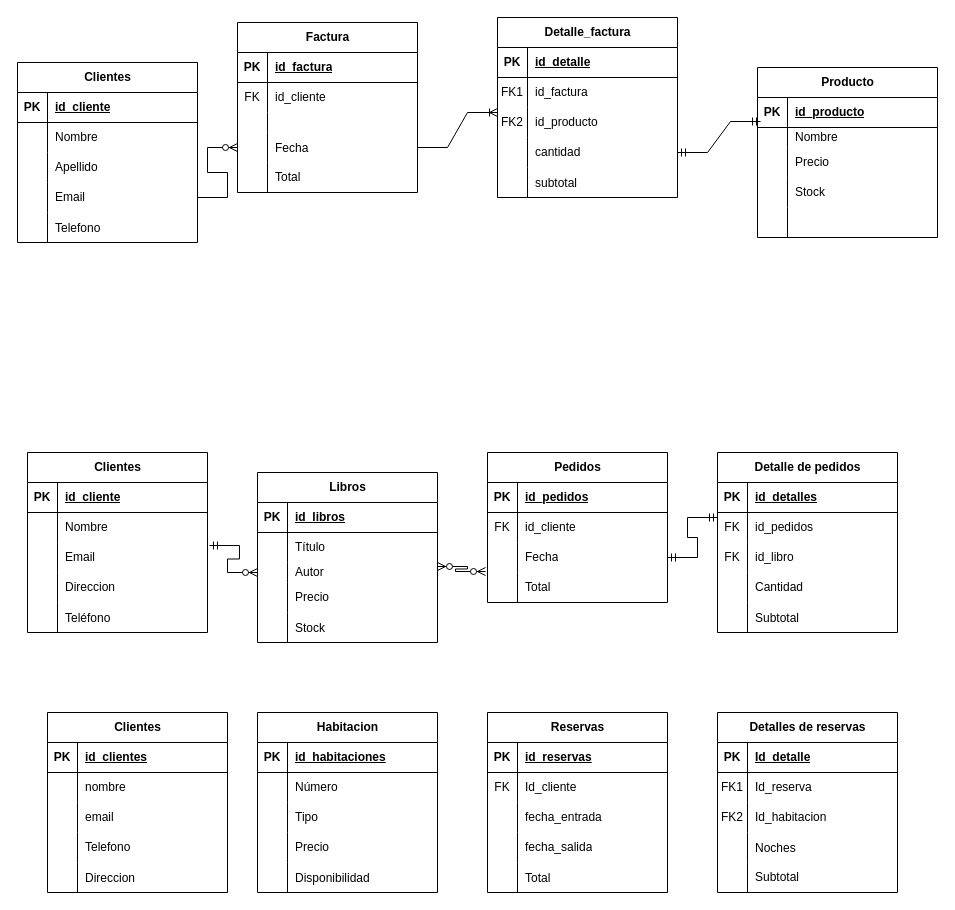
Above: Diagrama sin título.drawio in paulacersofios/ARQUITECTURA (draw.io), before the change. Source tidied: cells renumbered, new cells numbered last; positions are measured from the earlier drawing's top-left corner, leaving out a move shared by most shapes. Both pictures are drawn from the tidied source at 100%, with x=0, y=0 at pixel (17, 17).
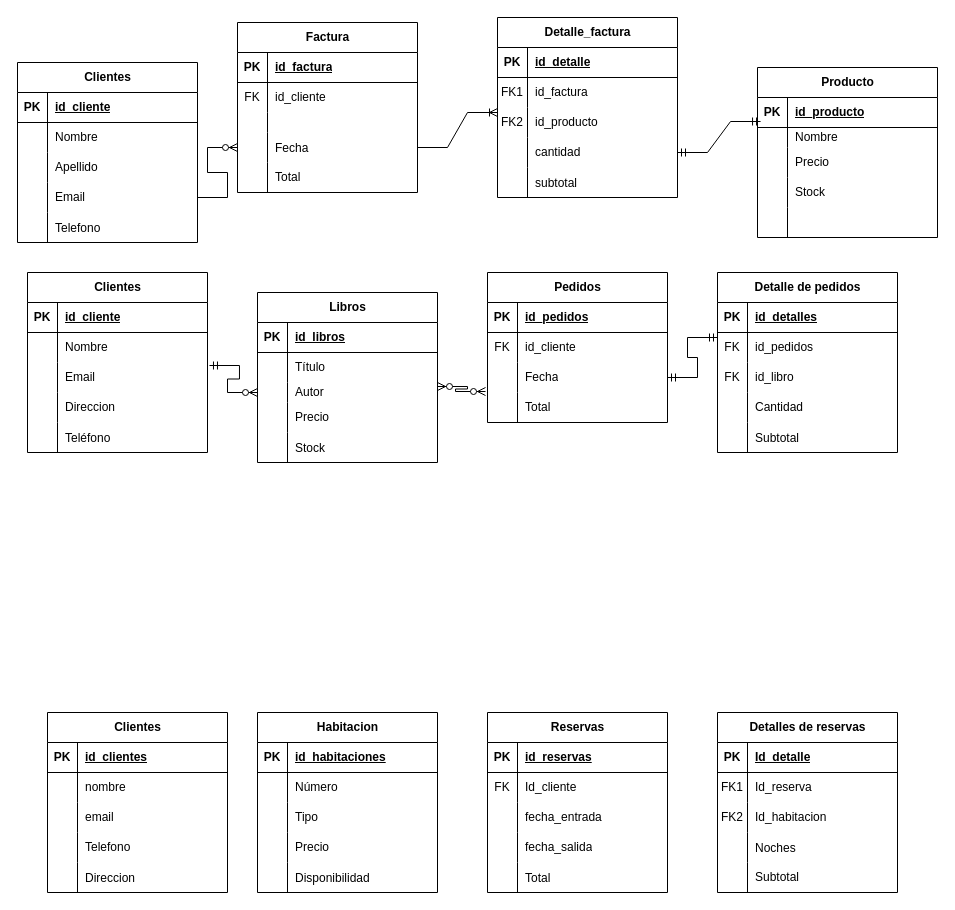
The same diagram, later.

The change refers to these unchanged cells:
```xml
<mxCell id="89" style="shape=tableRow;horizontal=0;startSize=0;swimlaneHead=0;swimlaneBody=0;fillColor=none;points=[[0,0.5],[1,0.5]];portConstraint=eastwest;top=0;left=0;right=0;bottom=0;" parent="82" vertex="1">
  <mxGeometry y="90" width="180" height="30" as="geometry" />
</mxCell>
```

Diff of the diagram source:
```diff
@@
-<mxGraphModel background="light-dark(#ffffff, #774ba3)">
+<mxGraphModel>
@@
     <mxCell id="66" value="Detalle de pedidos" style="shape=table;startSize=30;childLayout=tableLayout;rowLines=0;fontStyle=1;align=center;html=1;" parent="1" vertex="1">
-      <mxGeometry x="700" y="435" width="180" height="180" as="geometry" />
+      <mxGeometry x="700" y="255" width="180" height="180" as="geometry" />
     </mxCell>
@@
     <mxCell id="82" value="Pedidos" style="shape=table;startSize=30;childLayout=tableLayout;rowLines=0;fontStyle=1;align=center;html=1;" parent="1" vertex="1">
-      <mxGeometry x="470" y="435" width="180" height="150" as="geometry" />
+      <mxGeometry x="470" y="255" width="180" height="150" as="geometry" />
     </mxCell>
@@
     <mxCell id="95" value="Libros" style="shape=table;startSize=30;childLayout=tableLayout;rowLines=0;fontStyle=1;align=center;html=1;" parent="1" vertex="1">
-      <mxGeometry x="240" y="455" width="180" height="170" as="geometry" />
+      <mxGeometry x="240" y="275" width="180" height="170" as="geometry" />
     </mxCell>
@@
     <mxCell id="111" value="Clientes" style="shape=table;startSize=30;childLayout=tableLayout;rowLines=0;fontStyle=1;align=center;html=1;" parent="1" vertex="1">
-      <mxGeometry x="10" y="435" width="180" height="180" as="geometry" />
+      <mxGeometry x="10" y="255" width="180" height="180" as="geometry" />
     </mxCell>
@@
     <mxCell id="129" style="edgeStyle=entityRelationEdgeStyle;fontSize=12;html=1;endArrow=ERmandOne;startArrow=ERmandOne;rounded=0;exitX=1;exitY=0.5;exitDx=0;exitDy=0;" parent="1" edge="1" source="89">
       <mxGeometry relative="1" as="geometry">
-        <mxPoint x="700" y="500" as="targetPoint" />
+        <mxPoint x="700" y="320" as="targetPoint" />
         <Array as="points">
-          <mxPoint x="650" y="535" />
-          <mxPoint x="640" y="505" />
+          <mxPoint x="650" y="355" />
+          <mxPoint x="640" y="325" />
         </Array>
       </mxGeometry>
     </mxCell>
```
